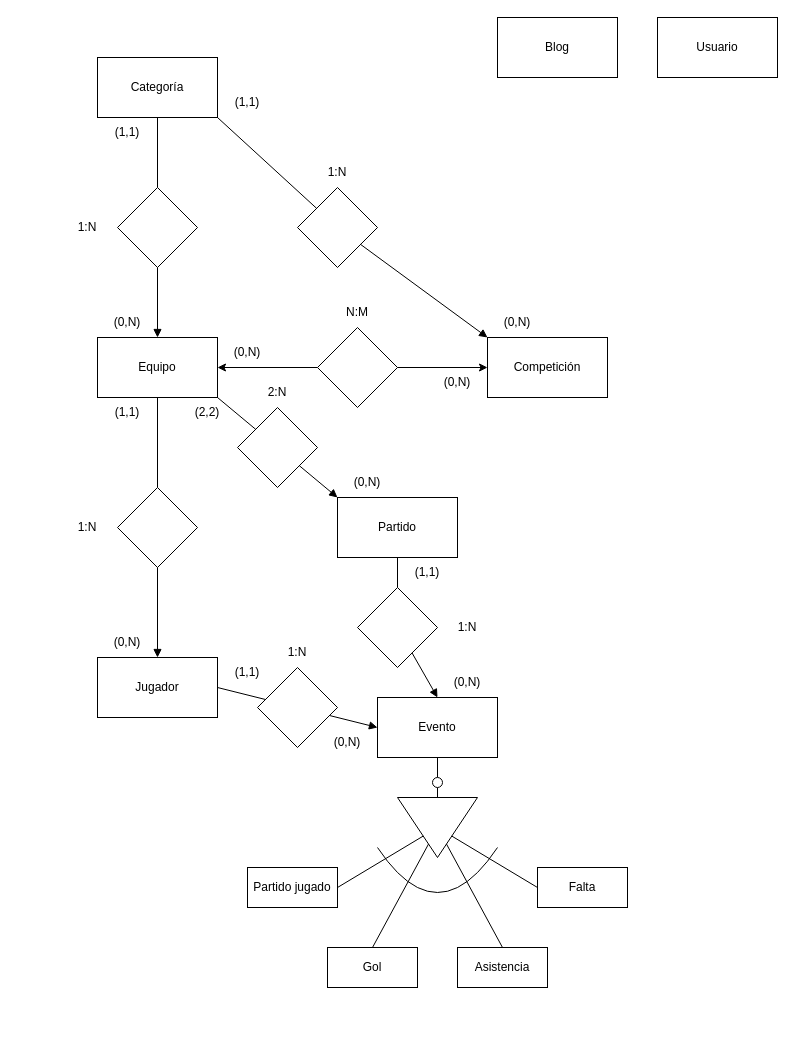
Above: bd/design/diagramaERCochinillos.drawio in AlejandroS2I/cochinillos-voladores (draw.io), before the change. Source tidied: cells renumbered, new cells numbered last; positions are measured from the earlier drawing's top-left corner, leaving out a move shared by most shapes. Both pictures are drawn from the tidied source at 100%, with x=0, y=0 at pixel (57, 17).
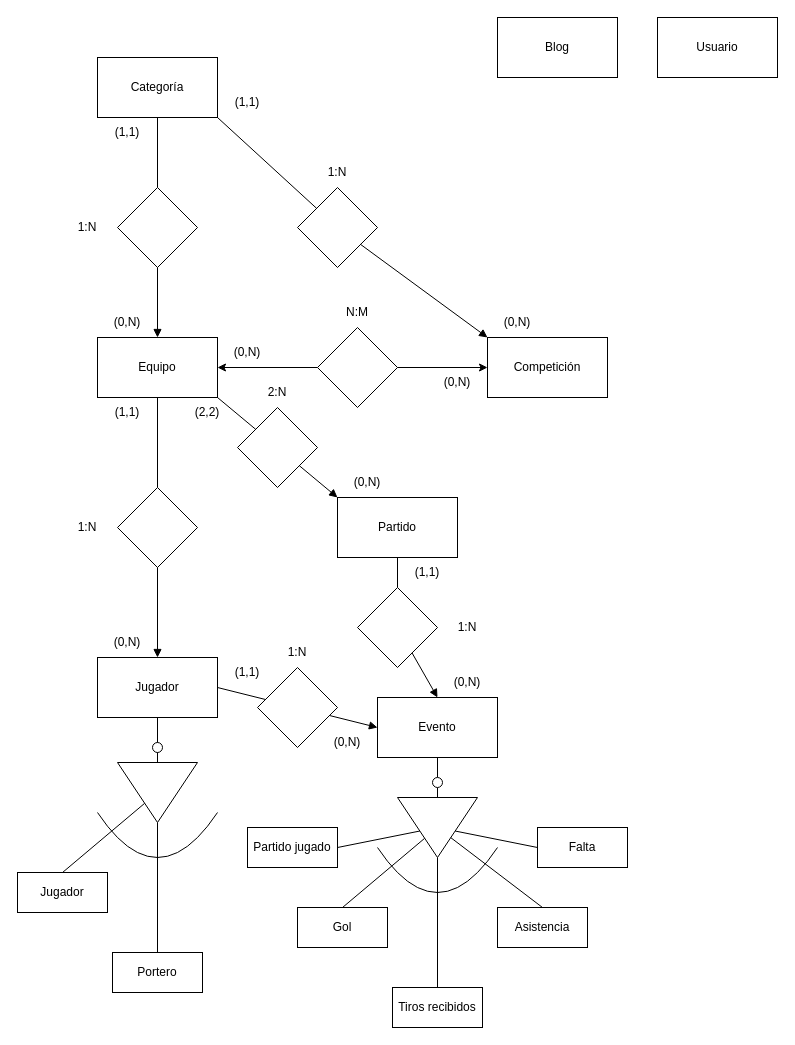
After the change.

The change refers to these unchanged cells:
```xml
<mxCell id="5" value="&lt;div&gt;Jugador&lt;/div&gt;" style="rounded=0;whiteSpace=wrap;html=1;" parent="1" vertex="1">
  <mxGeometry x="40" y="640" width="120" height="60" as="geometry" />
</mxCell>
<mxCell id="36" style="triangle;whiteSpace=wrap;html=1;rotation=90;" parent="1" vertex="1">
  <mxGeometry x="350" y="770" width="60" height="80" as="geometry" />
</mxCell>
```

What changed in the source:
```diff
@@
+    <mxCell id="65" style="edgeStyle=orthogonalEdgeStyle;rounded=0;jettySize=auto;html=1;endArrow=none;endFill=0;" parent="1" edge="1" source="5" target="69">
+      <mxGeometry relative="1" as="geometry" />
+    </mxCell>
@@
+    <mxCell id="66" style="edgeStyle=orthogonalEdgeStyle;rounded=0;jettySize=auto;html=1;endArrow=none;endFill=0;" parent="1" edge="1" source="36" target="67">
+      <mxGeometry relative="1" as="geometry" />
+    </mxCell>
@@
     <mxCell id="42" value="Partido jugado" style="rounded=0;whiteSpace=wrap;html=1;" parent="1" vertex="1">
-      <mxGeometry x="190" y="850" width="90" height="40" as="geometry" />
+      <mxGeometry x="190" y="810" width="90" height="40" as="geometry" />
     </mxCell>
     <mxCell id="43" value="Gol" style="rounded=0;whiteSpace=wrap;html=1;" parent="1" vertex="1">
-      <mxGeometry x="270" y="930" width="90" height="40" as="geometry" />
+      <mxGeometry x="240" y="890" width="90" height="40" as="geometry" />
     </mxCell>
     <mxCell id="44" value="Asistencia" style="rounded=0;whiteSpace=wrap;html=1;" parent="1" vertex="1">
-      <mxGeometry x="400" y="930" width="90" height="40" as="geometry" />
+      <mxGeometry x="440" y="890" width="90" height="40" as="geometry" />
     </mxCell>
     <mxCell id="45" value="Falta" style="rounded=0;whiteSpace=wrap;html=1;" parent="1" vertex="1">
-      <mxGeometry x="480" y="850" width="90" height="40" as="geometry" />
+      <mxGeometry x="480" y="810" width="90" height="40" as="geometry" />
     </mxCell>
@@
+    <mxCell id="67" value="Tiros recibidos" style="rounded=0;whiteSpace=wrap;html=1;" parent="1" vertex="1">
+      <mxGeometry x="335" y="970" width="90" height="40" as="geometry" />
+    </mxCell>
+    <mxCell id="68" style="edgeStyle=orthogonalEdgeStyle;rounded=0;jettySize=auto;html=1;endArrow=none;endFill=0;" parent="1" edge="1" source="69" target="75">
+      <mxGeometry relative="1" as="geometry" />
+    </mxCell>
+    <mxCell id="69" style="triangle;whiteSpace=wrap;html=1;rotation=90;" parent="1" vertex="1">
+      <mxGeometry x="70" y="735" width="60" height="80" as="geometry" />
+    </mxCell>
+    <mxCell id="70" style="endArrow=none;html=1;rounded=0;entryX=0;entryY=0.5;entryDx=0;entryDy=0;exitX=0.5;exitY=1;exitDx=0;exitDy=0;" parent="1" edge="1" source="71" target="69">
+      <mxGeometry relative="1" as="geometry" />
+    </mxCell>
+    <mxCell id="71" style="ellipse;whiteSpace=wrap;html=1;" parent="1" vertex="1">
+      <mxGeometry x="95" y="725" width="10" height="10" as="geometry" />
+    </mxCell>
+    <mxCell id="72" value="Jugador" style="rounded=0;whiteSpace=wrap;html=1;" parent="1" vertex="1">
+      <mxGeometry x="-40" y="855" width="90" height="40" as="geometry" />
+    </mxCell>
+    <mxCell id="73" style="curved=1;endArrow=none;html=1;rounded=0;endFill=0;" parent="1" edge="1">
+      <mxGeometry relative="1" as="geometry">
+        <mxPoint x="40" y="795" as="sourcePoint" />
+        <mxPoint x="160" y="795" as="targetPoint" />
+        <Array as="points">
+          <mxPoint x="60" y="825" />
+          <mxPoint x="100" y="845" />
+          <mxPoint x="140" y="825" />
+        </Array>
+      </mxGeometry>
+    </mxCell>
+    <mxCell id="74" style="endArrow=none;html=1;rounded=0;exitX=0.5;exitY=0;exitDx=0;exitDy=0;" parent="1" edge="1" source="72" target="69">
+      <mxGeometry relative="1" as="geometry" />
+    </mxCell>
+    <mxCell id="75" value="Portero" style="rounded=0;whiteSpace=wrap;html=1;" parent="1" vertex="1">
+      <mxGeometry x="55" y="935" width="90" height="40" as="geometry" />
+    </mxCell>
```
